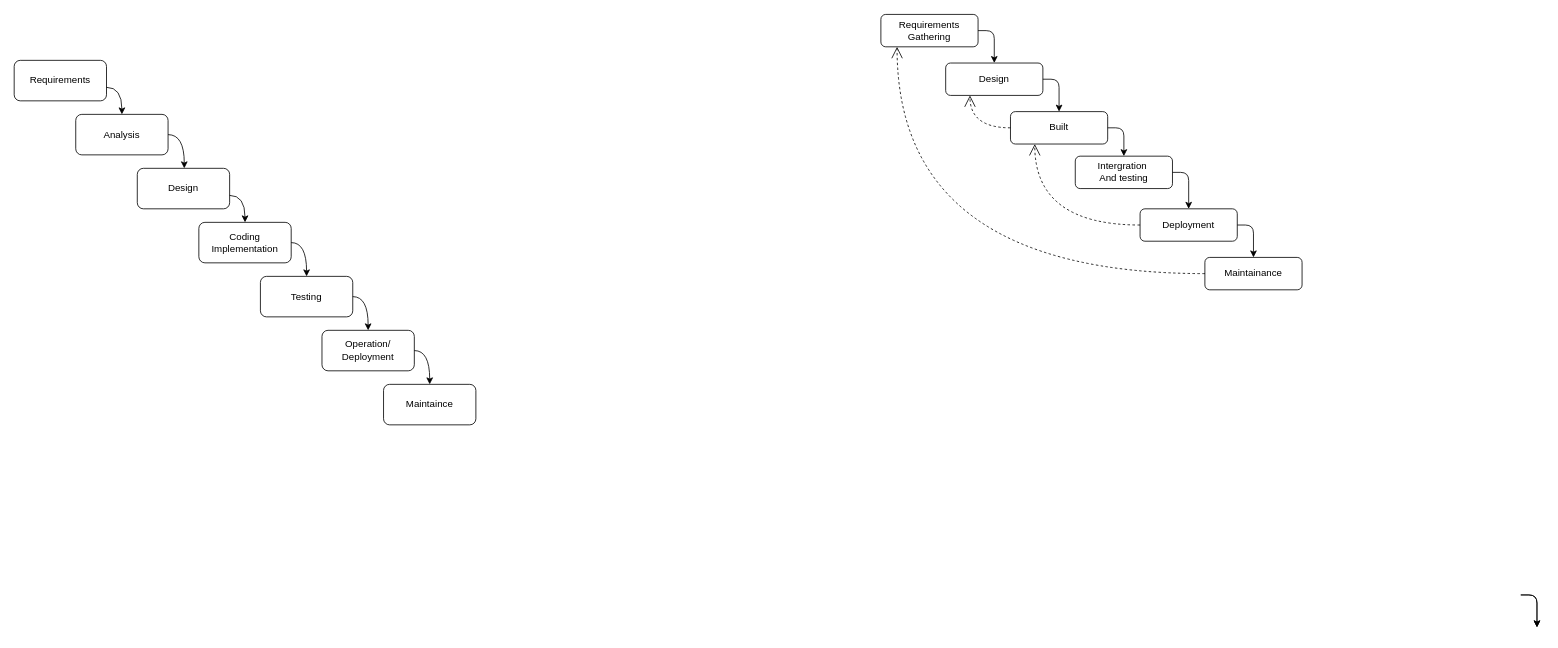
The draw.io diagram Diagrams/Final_year_proj Diagrams.drawio in onensensy/Diet-and-nutrition-management-system-Documentation, before the edit. Source tidied: cells renumbered, new cells numbered last; positions are measured from the earlier drawing's top-left corner, leaving out a move shared by most shapes. Both pictures are drawn from the tidied source at 81%, with x=0, y=0 at pixel (14, 14).
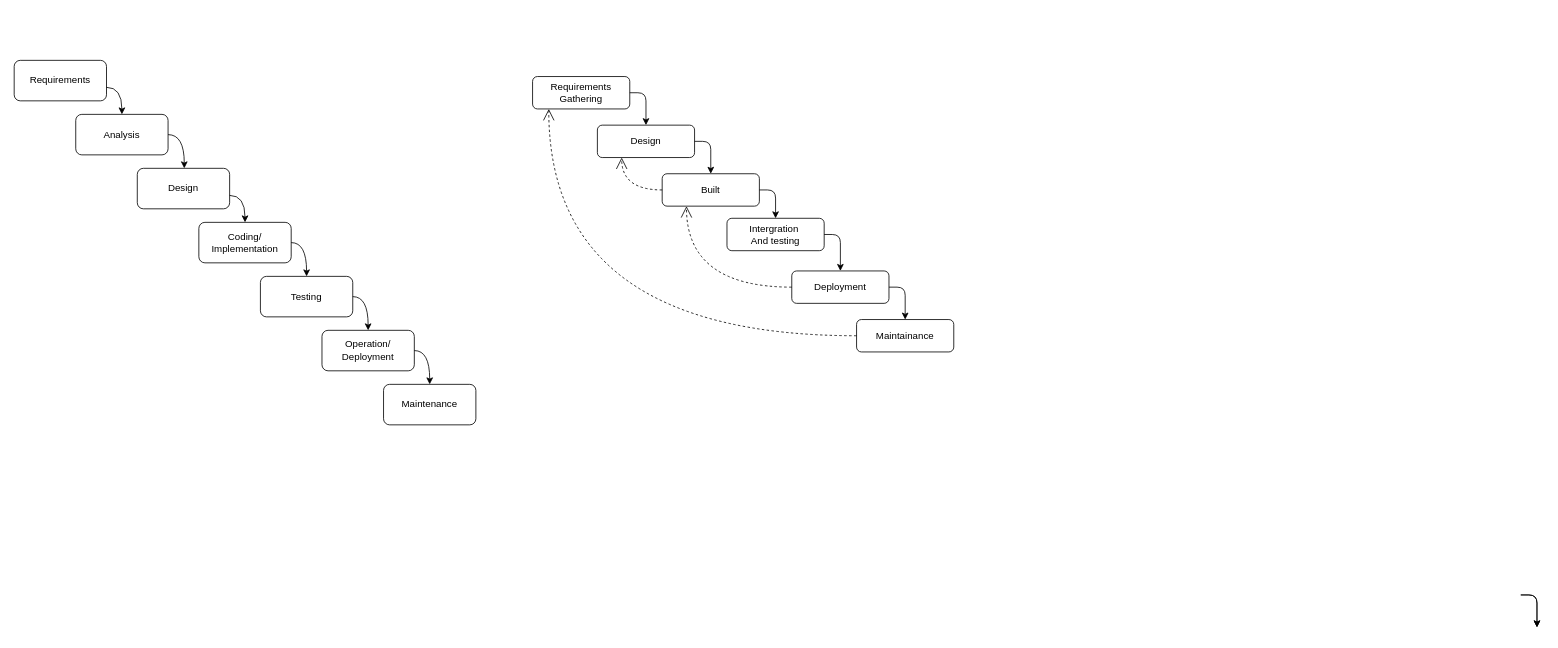
The same diagram, later.

Unchanged cells that the change refers to:
```xml
<mxCell id="21" style="group;" parent="1" vertex="1">
  <mxGeometry y="57" width="570" height="450" as="geometry" />
</mxCell>
```

What changed in the source:
```diff
@@
     <mxCell id="4" style="group;" parent="1" vertex="1">
-      <mxGeometry x="1070" y="0.3" width="520" height="340" as="geometry" />
+      <mxGeometry x="640" y="77" width="520" height="340" as="geometry" />
     </mxCell>
@@
-    <mxCell id="27" value="Coding&lt;br&gt;Implementation" style="rounded=1;whiteSpace=wrap;html=1;" parent="21" vertex="1">
+    <mxCell id="27" value="Coding/&lt;br&gt;Implementation" style="rounded=1;whiteSpace=wrap;html=1;" parent="21" vertex="1">
       <mxGeometry x="228" y="200" width="114" height="50" as="geometry" />
     </mxCell>
@@
-    <mxCell id="33" value="Maintaince" style="rounded=1;whiteSpace=wrap;html=1;" parent="21" vertex="1">
+    <mxCell id="33" value="Maintenance" style="rounded=1;whiteSpace=wrap;html=1;" parent="21" vertex="1">
       <mxGeometry x="456" y="400" width="114" height="50" as="geometry" />
     </mxCell>
```
